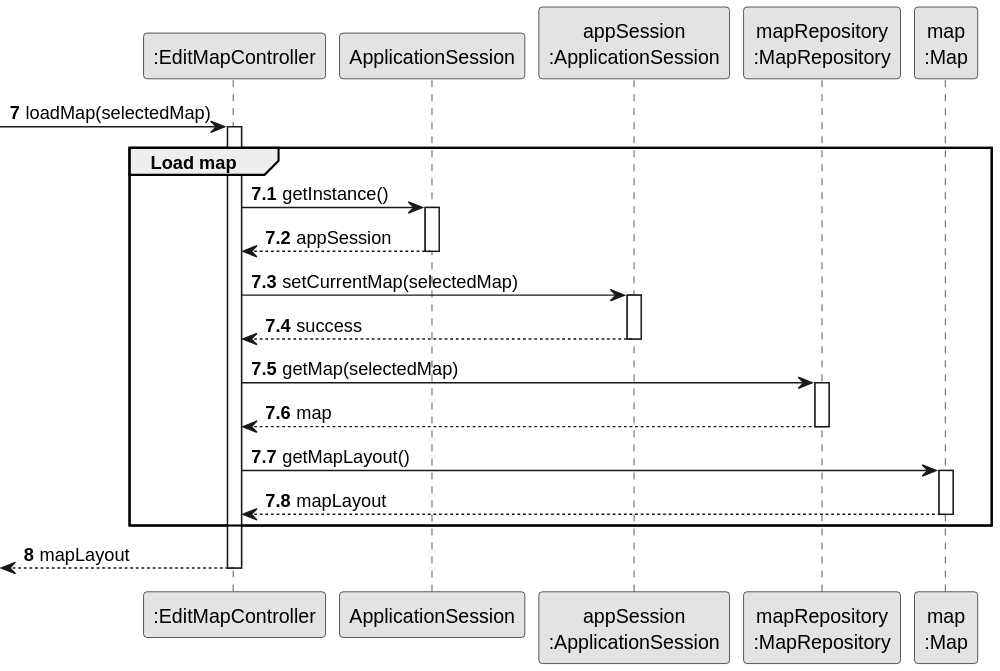
Above: docs/system-documentation/Sprint 2/US10/03.design/svg/US10-SD-load-map.svg in HenriqueSilva18/Railway-Network-Simulator (PlantUML), before the change.
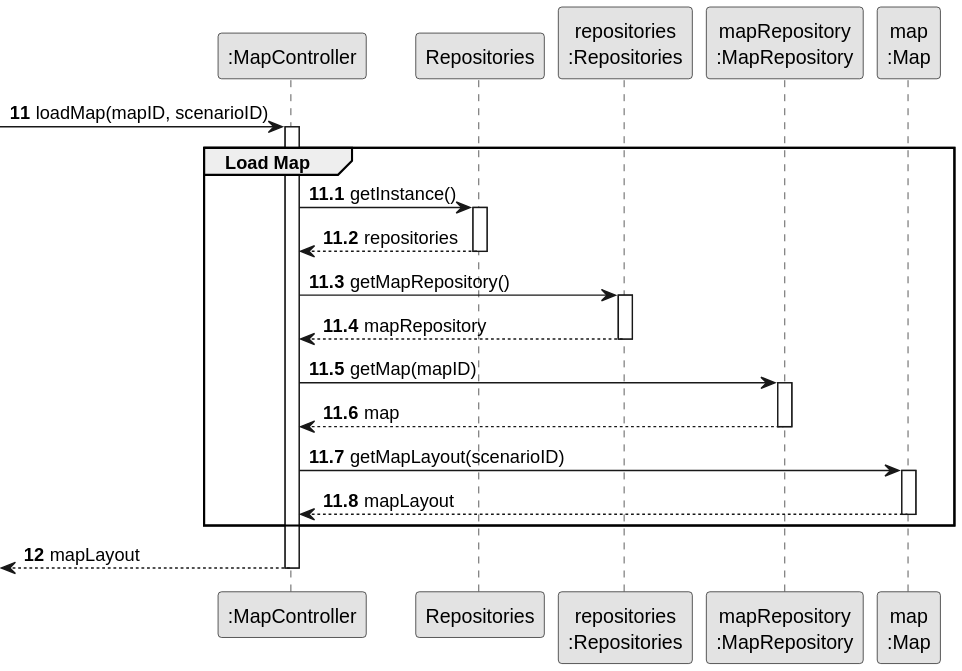
After the change.

The edit, as a diff of the source:
```diff
@@ -2,41 +2,41 @@
 skinparam monochrome true
 skinparam packageStyle rectangle
 skinparam shadowing false
-autonumber 7
 
-participant ":EditMapController" as mapCTRL
-participant "ApplicationSession" as APP_SESSION
-participant "appSession\n:ApplicationSession" as APP_SESSION_SINGLETON
-participant "mapRepository\n:MapRepository" as REPOS_MAP
+participant ":MapController" as CTRL
+participant "Repositories" as REPOS
+participant "repositories\n:Repositories" as REPOS_SINGLETON
+participant "mapRepository\n:MapRepository" as MAP_REPO
 participant "map\n:Map" as MAP
 
--> mapCTRL: loadMap(selectedMap)
-activate mapCTRL
-autonumber 7.1
-group Load map
-    mapCTRL -> APP_SESSION: getInstance()
-        activate APP_SESSION
-            APP_SESSION --> mapCTRL: appSession
-        deactivate APP_SESSION
+autonumber 11
+-> CTRL: loadMap(mapID, scenarioID)
 
-    mapCTRL -> APP_SESSION_SINGLETON: setCurrentMap(selectedMap)
-        activate APP_SESSION_SINGLETON
-            APP_SESSION_SINGLETON --> mapCTRL: success
-        deactivate APP_SESSION_SINGLETON
+autonumber 11.1
+activate CTRL
+    group Load Map
+        CTRL -> REPOS: getInstance()
+        activate REPOS
+            REPOS --> CTRL: repositories
+        deactivate REPOS
 
-    mapCTRL -> REPOS_MAP: getMap(selectedMap)
-        activate REPOS_MAP
-            REPOS_MAP --> mapCTRL: map
-        deactivate REPOS_MAP
+        CTRL -> REPOS_SINGLETON: getMapRepository()
+        activate REPOS_SINGLETON
+            REPOS_SINGLETON --> CTRL: mapRepository
+        deactivate REPOS_SINGLETON
 
-    mapCTRL -> MAP: getMapLayout()
+        CTRL -> MAP_REPO: getMap(mapID)
+        activate MAP_REPO
+            MAP_REPO --> CTRL: map
+        deactivate MAP_REPO
+
+        CTRL -> MAP: getMapLayout(scenarioID)
         activate MAP
-            MAP --> mapCTRL: mapLayout
+            MAP --> CTRL: mapLayout
         deactivate MAP
-end
-autonumber 8
+    end
 
-<-- mapCTRL: mapLayout
-
-deactivate mapCTRL
+autonumber 12
+    <-- CTRL: mapLayout
+deactivate CTRL
 @enduml
```
